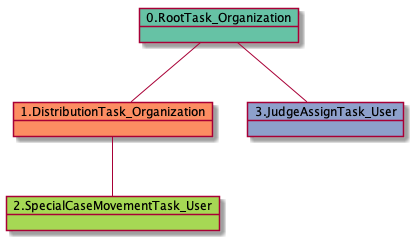
Above: docs-DR/uml/RTO.DTO.SCMTU-41963.png in yoomlam/graphing (PlantUML), before the change. The source it was exported from:
```plantuml
@startuml
object 0.RootTask_Organization #66c2a5
object 1.DistributionTask_Organization #fc8d62
object 2.SpecialCaseMovementTask_User #a6d854
object 3.JudgeAssignTask_User #8da0cb
0.RootTask_Organization -- 1.DistributionTask_Organization
1.DistributionTask_Organization -- 2.SpecialCaseMovementTask_User
0.RootTask_Organization -- 3.JudgeAssignTask_User
@enduml
```
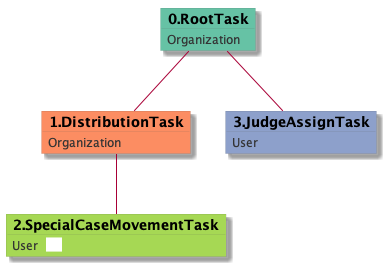
The same file after the commit.

The edit, as a diff of the source:
```diff
@@ -1,9 +1,25 @@
 @startuml
-object 0.RootTask_Organization #66c2a5
-object 1.DistributionTask_Organization #fc8d62
-object 2.SpecialCaseMovementTask_User #a6d854
-object 3.JudgeAssignTask_User #8da0cb
-0.RootTask_Organization -- 1.DistributionTask_Organization
-1.DistributionTask_Organization -- 2.SpecialCaseMovementTask_User
-0.RootTask_Organization -- 3.JudgeAssignTask_User
+skinparam {
+  ObjectBorderColor #555
+  ObjectBorderThickness 0
+  ObjectFontStyle bold
+  ObjectFontSize 14
+  ObjectAttributeFontColor #333
+  ObjectAttributeFontSize 12
+}
+  object 0.RootTask #66c2a5 {
+Organization
+}
+  object 1.DistributionTask #fc8d62 {
+Organization
+}
+  object 2.SpecialCaseMovementTask #a6d854 {
+User  <back:white>    </back>
+}
+  object 3.JudgeAssignTask #8da0cb {
+User
+}
+0.RootTask -- 1.DistributionTask
+1.DistributionTask -- 2.SpecialCaseMovementTask
+0.RootTask -- 3.JudgeAssignTask
 @enduml
```
